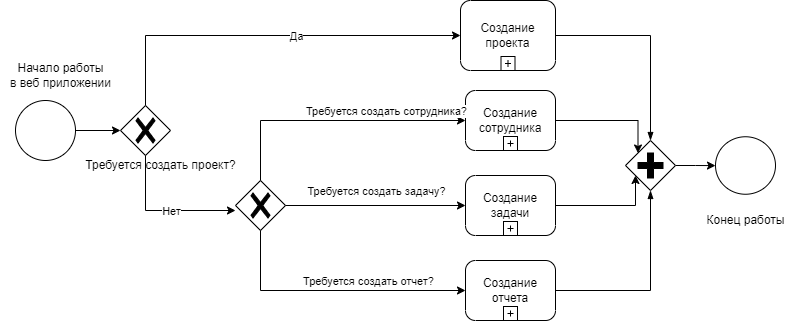
The draw.io diagram images/work.png in DibrovDru/Architecture.1, before a commit. Source tidied: cells renumbered, new cells last; positions are measured from the earlier drawing's top-left corner, leaving out a move shared by most shapes.
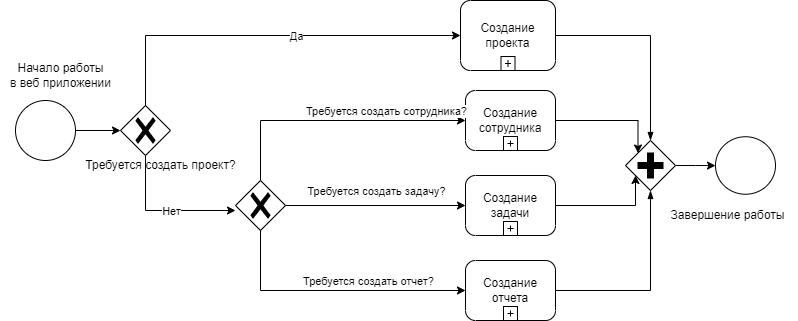
After the commit.

Change to the diagram source:
```diff
@@ -127,8 +127,8 @@
     <mxCell id="28" style="ellipse;whiteSpace=wrap;html=1;verticalAlign=top;labelBackgroundColor=#ffffff;" parent="1" vertex="1">
       <mxGeometry x="715" y="136.2" width="60" height="57.5" as="geometry" />
     </mxCell>
-    <mxCell id="29" value="Конец работы" style="text;html=1;align=center;verticalAlign=middle;strokeColor=none;fillColor=none;" parent="1" vertex="1">
-      <mxGeometry x="695" y="205" width="100" height="30" as="geometry" />
+    <mxCell id="29" value="Завершение работы" style="text;html=1;align=center;verticalAlign=middle;strokeColor=none;fillColor=none;" parent="1" vertex="1">
+      <mxGeometry x="657" y="200" width="140" height="30" as="geometry" />
     </mxCell>
   </root>
 </mxGraphModel>
```
